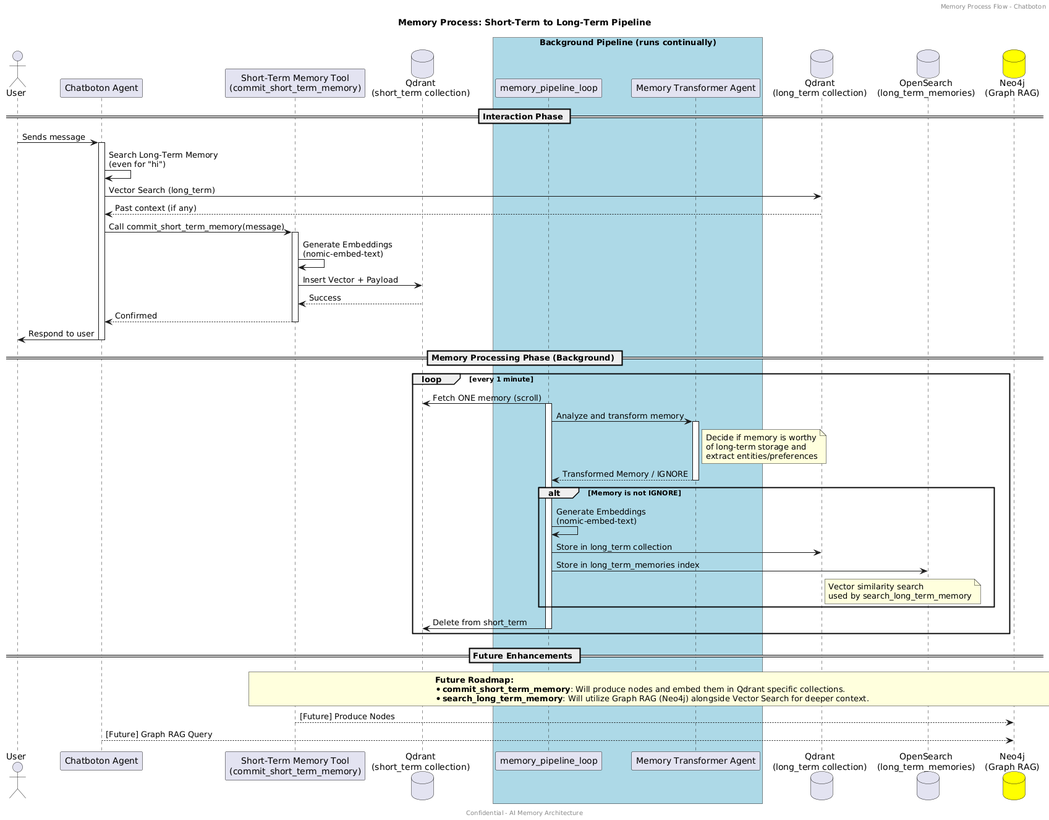
Ulumanshu/chatboton keeps this PlantUML diagram as docs/memory_process.png. Above is the earlier version.
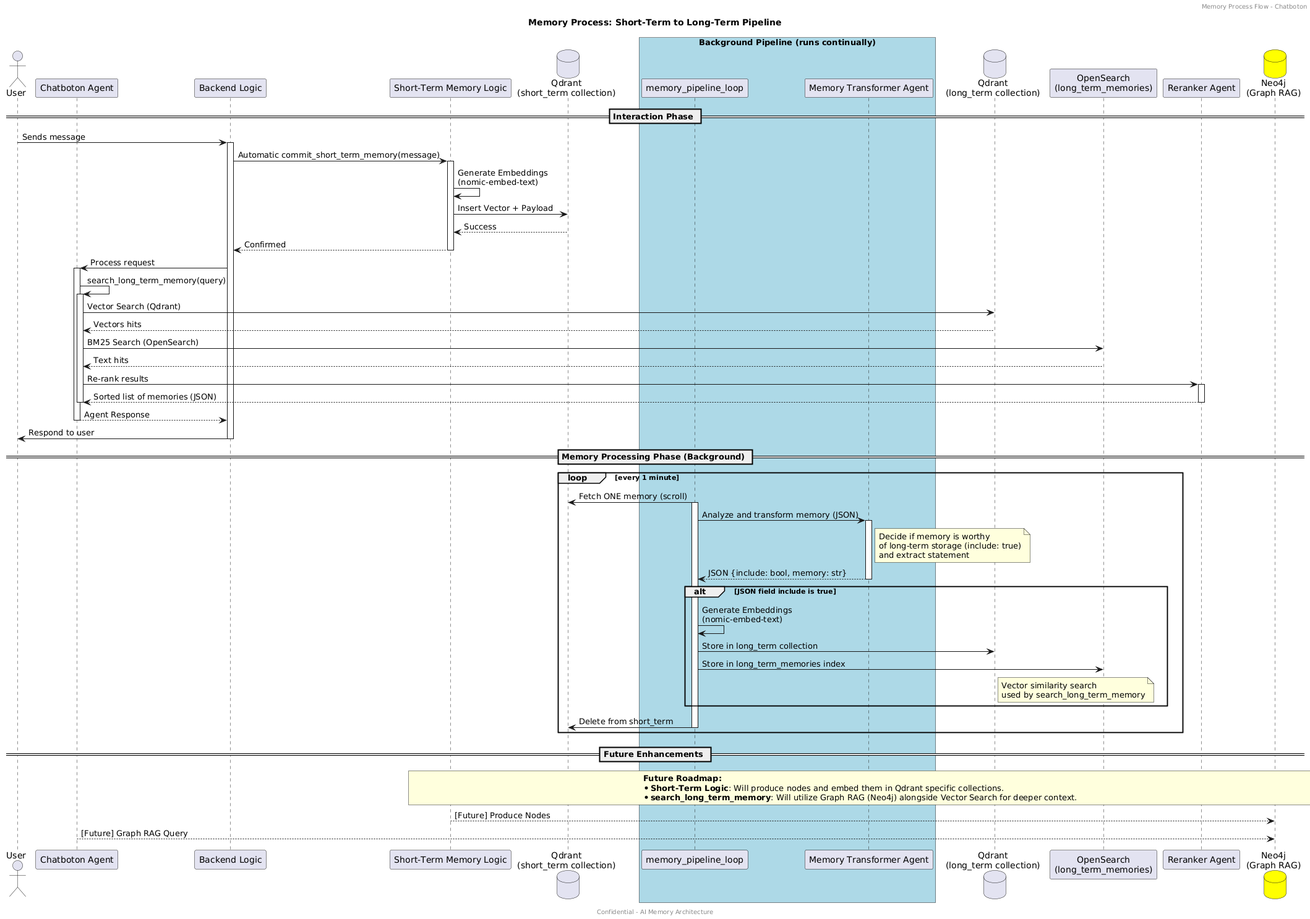
The same file after the commit.

Commit message:
chore: add full memory loop

The edit, as a diff of the source:
```diff
@@ -6,7 +6,8 @@
 
 actor User
 participant "Chatboton Agent" as Agent
-participant "Short-Term Memory Tool\n(commit_short_term_memory)" as STTool
+participant "Backend Logic" as Backend
+participant "Short-Term Memory Logic" as STLogic
 database "Qdrant\n(short_term collection)" as STDB
 
 box "Background Pipeline (runs continually)" #LightBlue
@@ -15,39 +16,53 @@
 end box
 
 database "Qdrant\n(long_term collection)" as LTDB
-database "OpenSearch\n(long_term_memories)" as OSDN
+participant "OpenSearch\n(long_term_memories)" as OSDN
+participant "Reranker Agent" as Reranker
 database "Neo4j\n(Graph RAG)" as GraphDB #Yellow
 
 == Interaction Phase ==
 
-User -> Agent: Sends message
+User -> Backend: Sends message
+activate Backend
+Backend -> STLogic: Automatic commit_short_term_memory(message)
+activate STLogic
+STLogic -> STLogic: Generate Embeddings\n(nomic-embed-text)
+STLogic -> STDB: Insert Vector + Payload
+STDB --> STLogic: Success
+STLogic --> Backend: Confirmed
+deactivate STLogic
+
+Backend -> Agent: Process request
 activate Agent
-Agent -> Agent: Search Long-Term Memory\n(even for "hi")
-Agent -> LTDB: Vector Search (long_term)
-LTDB --> Agent: Past context (if any)
+Agent -> Agent: search_long_term_memory(query)
+activate Agent
+Agent -> LTDB: Vector Search (Qdrant)
+LTDB --> Agent: Vectors hits
+Agent -> OSDN: BM25 Search (OpenSearch)
+OSDN --> Agent: Text hits
+Agent -> Reranker: Re-rank results
+activate Reranker
+Reranker --> Agent: Sorted list of memories (JSON)
+deactivate Reranker
+deactivate Agent
+Agent --> Backend: Agent Response
+deactivate Agent
 
-Agent -> STTool: Call commit_short_term_memory(message)
-activate STTool
-STTool -> STTool: Generate Embeddings\n(nomic-embed-text)
-STTool -> STDB: Insert Vector + Payload
-STDB --> STTool: Success
-STTool --> Agent: Confirmed
-deactivate STTool
-Agent -> User: Respond to user
-deactivate Agent
+Backend -> User: Respond to user
+deactivate Backend
 
 == Memory Processing Phase (Background) ==
 
 loop every 1 minute
     Pipeline -> STDB: Fetch ONE memory (scroll)
     activate Pipeline
-    Pipeline -> Processor: Analyze and transform memory
+    Pipeline -> Processor: Analyze and transform memory (JSON)
     activate Processor
-    note right of Processor: Decide if memory is worthy\nof long-term storage and\nextract entities/preferences
-    Processor --> Pipeline: Transformed Memory / IGNORE
+    note right of Processor: Decide if memory is worthy\nof long-term storage (include: true)\nand extract statement
+    Processor --> Pipeline: JSON {include: bool, memory: str}
     deactivate Processor
 
-    alt Memory is not IGNORE
+    alt JSON field include is true
         Pipeline -> Pipeline: Generate Embeddings\n(nomic-embed-text)
         Pipeline -> LTDB: Store in long_term collection
         Pipeline -> OSDN: Store in long_term_memories index
@@ -59,12 +74,12 @@
 
 == Future Enhancements ==
 
-note over STTool, GraphDB
+note over STLogic, GraphDB
   **Future Roadmap:**
-  * **commit_short_term_memory**: Will produce nodes and embed them in Qdrant specific collections.
+  * **Short-Term Logic**: Will produce nodes and embed them in Qdrant specific collections.
   * **search_long_term_memory**: Will utilize Graph RAG (Neo4j) alongside Vector Search for deeper context.
 end note
 
-STTool -[dashed]-> GraphDB : [Future] Produce Nodes
+STLogic -[dashed]-> GraphDB : [Future] Produce Nodes
 Agent -[dashed]-> GraphDB : [Future] Graph RAG Query
 @enduml
```
